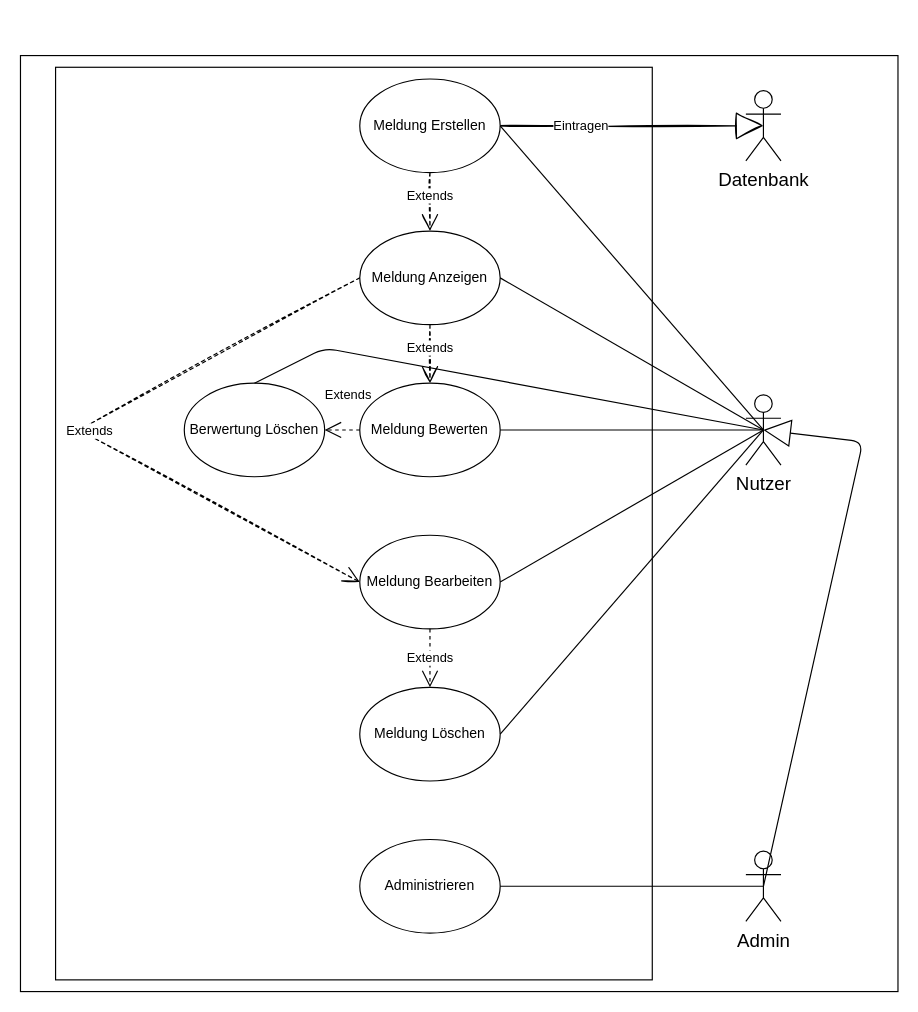
Above: Use Case Kursprojekt.drawio in savocake/Kursprojekt-Software-Engineering-I (draw.io), before the change. Source tidied: cells renumbered, new cells numbered last; positions are measured from the earlier drawing's top-left corner, leaving out a move shared by most shapes. Both pictures are drawn from the tidied source at 117%, with x=0, y=0 at pixel (20, 55).
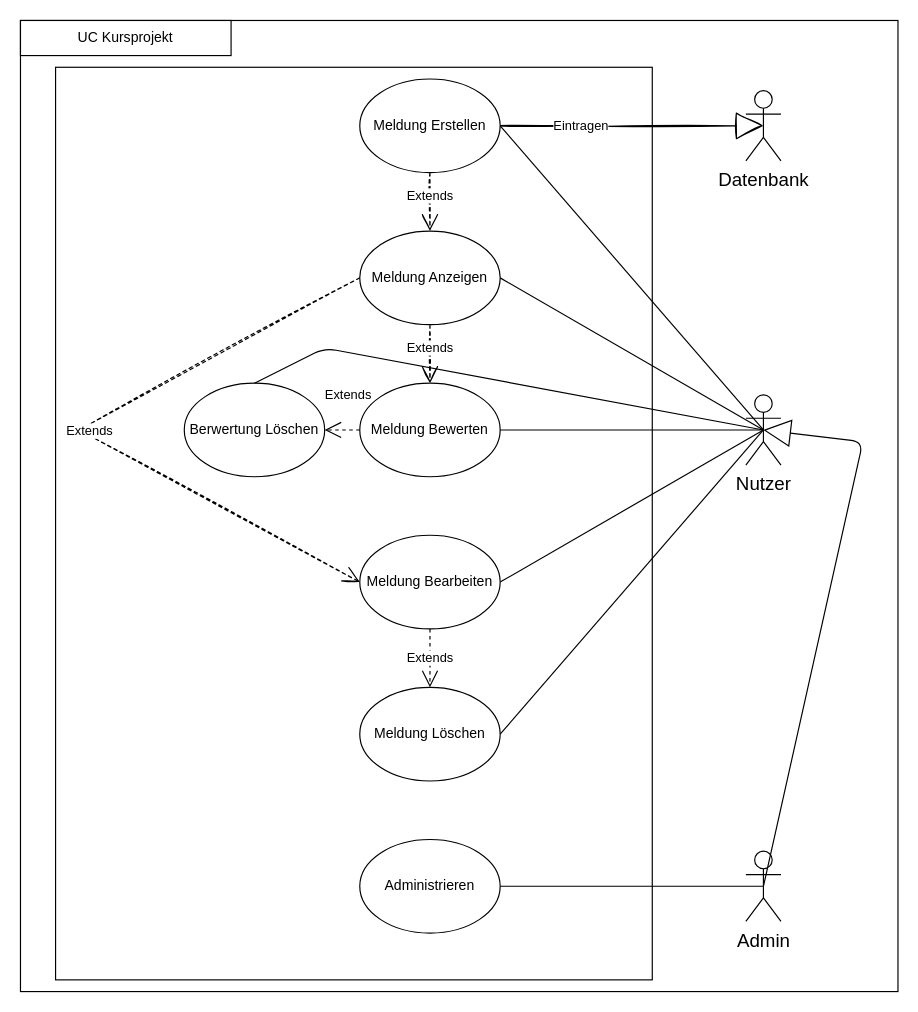
Above is the later version.

Diff of the diagram source:
```diff
@@
     <mxCell id="2" style="rounded=0;whiteSpace=wrap;html=1;" parent="1" vertex="1">
-      <mxGeometry width="750" height="800" as="geometry" />
+      <mxGeometry y="-30" width="750" height="830" as="geometry" />
     </mxCell>
@@
+    <mxCell id="28" value="UC Kursprojekt" style="rounded=0;whiteSpace=wrap;html=1;" parent="1" vertex="1">
+      <mxGeometry y="-30" width="180" height="30" as="geometry" />
+    </mxCell>
```
